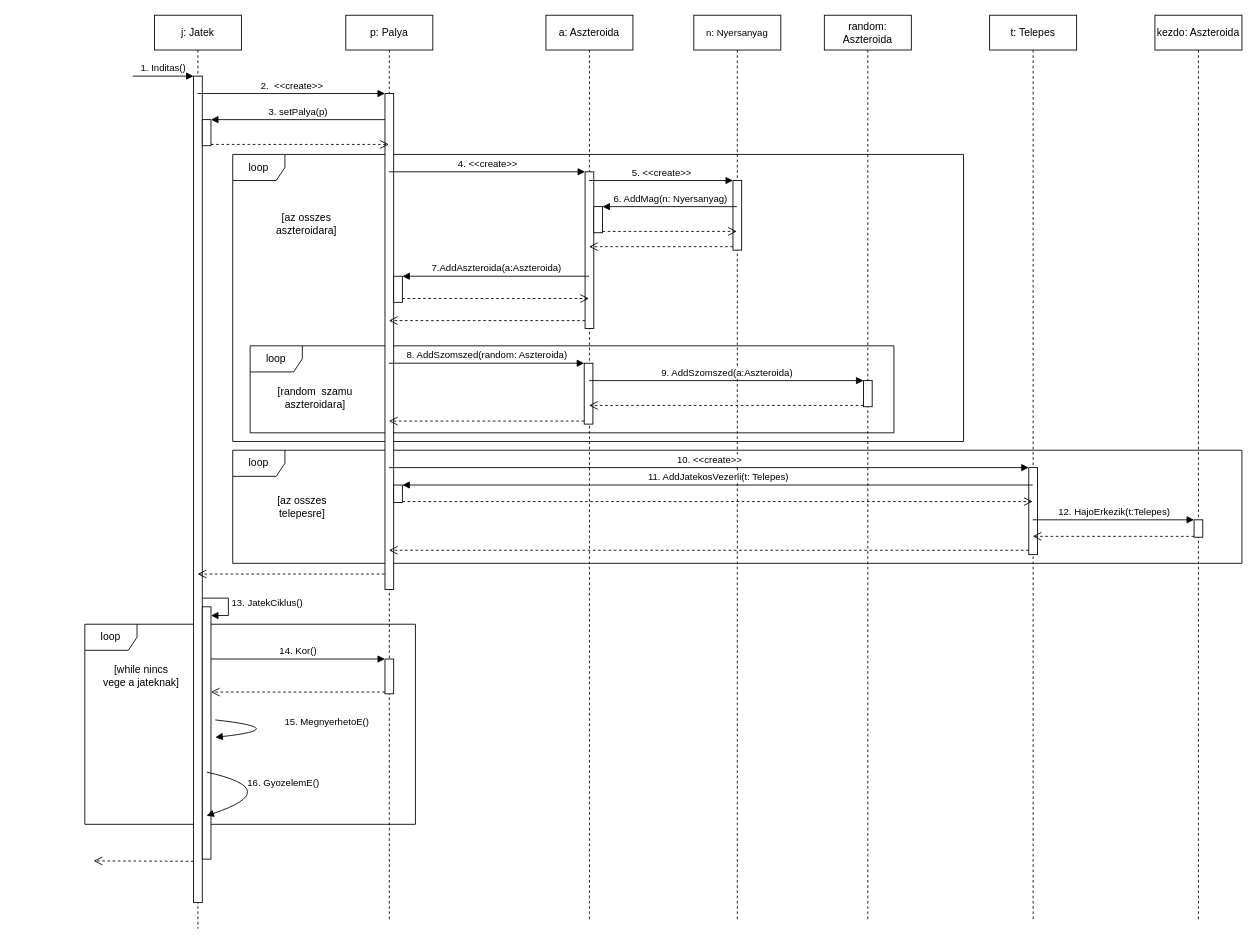
Before: page "Page-2" (3 of 3) of doc/uml/jatek_ciklus.drawio in torpeBoiGo/aszteroidabanyaszat, a draw.io diagram. Source tidied: cells renumbered, new cells numbered last; positions are measured from the earlier drawing's top-left corner, leaving out a move shared by most shapes. Both pictures are drawn from the tidied source at 87%, with x=0, y=0 at pixel (84, 15).
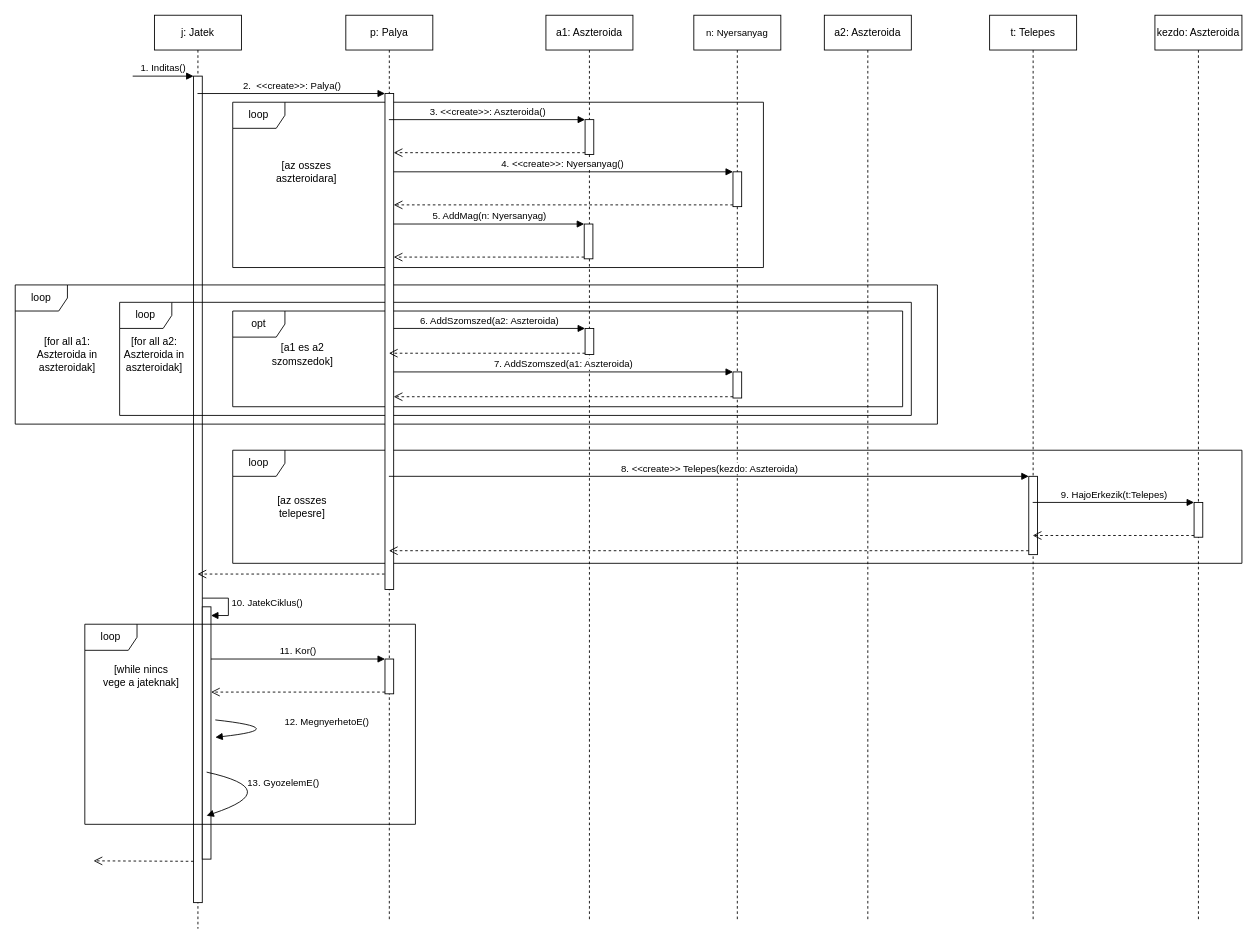
The same page after the edit.

Commit message:
Update jatek_ciklus.drawio: TDA javitasa, dupla loop szomszedsag allitasara, telepes parameteres konstruktor

The change refers to these unchanged cells:
```xml
<mxCell id="4" value="j: Jatek" style="shape=umlLifeline;perimeter=lifelinePerimeter;whiteSpace=wrap;html=1;outlineConnect=0;" parent="1" vertex="1">
  <mxGeometry x="80" width="100" height="1050" as="geometry" />
</mxCell>
<mxCell id="15" value="p: Palya" style="shape=umlLifeline;perimeter=lifelinePerimeter;whiteSpace=wrap;html=1;outlineConnect=0;" parent="1" vertex="1">
  <mxGeometry x="300" width="100" height="1040" as="geometry" />
</mxCell>
<mxCell id="16" style="html=1;points=[];perimeter=orthogonalPerimeter;" parent="15" vertex="1">
  <mxGeometry x="45" y="740" width="10" height="40" as="geometry" />
</mxCell>
<mxCell id="17" style="html=1;points=[];perimeter=orthogonalPerimeter;" parent="15" vertex="1">
  <mxGeometry x="45" y="90" width="10" height="570" as="geometry" />
</mxCell>
<mxCell id="35" value="&lt;span style=&quot;font-size: 11px ; background-color: rgb(255 , 255 , 255)&quot;&gt;n: Nyersanyag&lt;/span&gt;" style="shape=umlLifeline;perimeter=lifelinePerimeter;whiteSpace=wrap;html=1;outlineConnect=0;" parent="1" vertex="1">
  <mxGeometry x="700" width="100" height="1040" as="geometry" />
</mxCell>
<mxCell id="49" value="t: Telepes" style="shape=umlLifeline;perimeter=lifelinePerimeter;whiteSpace=wrap;html=1;outlineConnect=0;" parent="1" vertex="1">
  <mxGeometry x="1040" width="100" height="1040" as="geometry" />
</mxCell>
<mxCell id="55" value="kezdo: Aszteroida" style="shape=umlLifeline;perimeter=lifelinePerimeter;whiteSpace=wrap;html=1;" parent="1" vertex="1">
  <mxGeometry x="1230" width="100" height="1040" as="geometry" />
</mxCell>
```

The edit, as a diff of the source:
```diff
@@
-    <mxCell id="2" value="loop" style="shape=umlFrame;whiteSpace=wrap;html=1;" parent="1" vertex="1">
-      <mxGeometry x="170" y="160" width="840" height="330" as="geometry" />
-    </mxCell>
-    <mxCell id="3" value="loop" style="shape=umlFrame;whiteSpace=wrap;html=1;" parent="1" vertex="1">
-      <mxGeometry y="700" width="380" height="230" as="geometry" />
-    </mxCell>
@@
-    <mxCell id="9" value="13. JatekCiklus()" style="edgeStyle=orthogonalEdgeStyle;html=1;align=left;spacingLeft=2;endArrow=block;rounded=0;entryX=1;entryY=0;" parent="4" edge="1">
+    <mxCell id="9" value="10. JatekCiklus()" style="edgeStyle=orthogonalEdgeStyle;html=1;align=left;spacingLeft=2;endArrow=block;rounded=0;entryX=1;entryY=0;" parent="4" edge="1">
       <mxGeometry relative="1" as="geometry">
         <mxPoint x="55" y="670" as="sourcePoint" />
         <mxPoint x="65" y="690" as="targetPoint" />
         <Array as="points">
           <mxPoint x="85" y="670" />
           <mxPoint x="85" y="690" />
         </Array>
       </mxGeometry>
     </mxCell>
-    <mxCell id="10" style="html=1;points=[];perimeter=orthogonalPerimeter;" parent="4" vertex="1">
-      <mxGeometry x="55" y="120" width="10" height="30" as="geometry" />
-    </mxCell>
     <mxCell id="11" value="loop" style="shape=umlFrame;whiteSpace=wrap;html=1;" parent="4" vertex="1">
-      <mxGeometry x="110" y="380" width="740" height="100" as="geometry" />
+      <mxGeometry x="-160" y="310" width="1060" height="160" as="geometry" />
     </mxCell>
@@
-    <mxCell id="14" value="[random&amp;nbsp; szamu aszteroidara]" style="text;html=1;strokeColor=none;fillColor=none;align=center;verticalAlign=middle;whiteSpace=wrap;rounded=0;" parent="4" vertex="1">
-      <mxGeometry x="140" y="430" width="90" height="20" as="geometry" />
-    </mxCell>
+    <mxCell id="60" value="loop" style="shape=umlFrame;whiteSpace=wrap;html=1;" parent="4" vertex="1">
+      <mxGeometry x="-40" y="330" width="910" height="130" as="geometry" />
+    </mxCell>
+    <mxCell id="61" value="opt" style="shape=umlFrame;whiteSpace=wrap;html=1;" parent="4" vertex="1">
+      <mxGeometry x="90" y="340" width="770" height="110" as="geometry" />
+    </mxCell>
+    <mxCell id="62" value="[for all a2: Aszteroida in aszteroidak]" style="text;html=1;strokeColor=none;fillColor=none;align=center;verticalAlign=middle;whiteSpace=wrap;rounded=0;" parent="4" vertex="1">
+      <mxGeometry x="-40" y="380" width="80" height="20" as="geometry" />
+    </mxCell>
+    <mxCell id="63" value="[a1 es a2 szomszedok]" style="text;html=1;strokeColor=none;fillColor=none;align=center;verticalAlign=middle;whiteSpace=wrap;rounded=0;" parent="4" vertex="1">
+      <mxGeometry x="132.5" y="380" width="75" height="20" as="geometry" />
+    </mxCell>
+    <mxCell id="64" value="[for all a1: Aszteroida in aszteroidak]" style="text;html=1;strokeColor=none;fillColor=none;align=center;verticalAlign=middle;whiteSpace=wrap;rounded=0;" parent="4" vertex="1">
+      <mxGeometry x="-140" y="380" width="80" height="20" as="geometry" />
+    </mxCell>
+    <mxCell id="2" value="loop" style="shape=umlFrame;whiteSpace=wrap;html=1;" parent="1" vertex="1">
+      <mxGeometry x="170" y="100" width="610" height="190" as="geometry" />
+    </mxCell>
+    <mxCell id="3" value="loop" style="shape=umlFrame;whiteSpace=wrap;html=1;" parent="1" vertex="1">
+      <mxGeometry y="700" width="380" height="230" as="geometry" />
+    </mxCell>
@@
-    <mxCell id="18" style="html=1;points=[];perimeter=orthogonalPerimeter;" parent="15" vertex="1">
-      <mxGeometry x="55" y="300" width="10" height="30" as="geometry" />
-    </mxCell>
-    <mxCell id="19" style="html=1;points=[];perimeter=orthogonalPerimeter;" parent="15" vertex="1">
-      <mxGeometry x="55" y="540" width="10" height="20" as="geometry" />
-    </mxCell>
-    <mxCell id="20" value="14. Kor()" style="html=1;verticalAlign=bottom;endArrow=block;entryX=0;entryY=0;" parent="1" edge="1" target="16">
+    <mxCell id="20" value="11. Kor()" style="html=1;verticalAlign=bottom;endArrow=block;entryX=0;entryY=0;" parent="1" edge="1" target="16">
       <mxGeometry relative="1" as="geometry">
         <mxPoint x="145" y="740" as="sourcePoint" />
       </mxGeometry>
     </mxCell>
@@
-    <mxCell id="23" value="15. MegnyerhetoE()" style="html=1;verticalAlign=bottom;endArrow=block;curved=1;" parent="1" edge="1">
+    <mxCell id="23" value="12. MegnyerhetoE()" style="html=1;verticalAlign=bottom;endArrow=block;curved=1;" parent="1" edge="1">
       <mxGeometry y="40" relative="1" as="geometry">
         <mxPoint x="150" y="810" as="sourcePoint" />
         <mxPoint x="150" y="830" as="targetPoint" />
         <Array as="points">
           <mxPoint x="240" y="820" />
         </Array>
         <mxPoint x="34" y="-39" as="offset" />
       </mxGeometry>
     </mxCell>
-    <mxCell id="24" value="16. GyozelemE()" style="html=1;verticalAlign=bottom;endArrow=block;entryX=0.368;entryY=0.957;entryDx=0;entryDy=0;entryPerimeter=0;curved=1;" parent="1" edge="1" target="3">
+    <mxCell id="24" value="13. GyozelemE()" style="html=1;verticalAlign=bottom;endArrow=block;entryX=0.368;entryY=0.957;entryDx=0;entryDy=0;entryPerimeter=0;curved=1;" parent="1" edge="1" target="3">
       <mxGeometry relative="1" as="geometry">
         <mxPoint x="140" y="870" as="sourcePoint" />
         <Array as="points">
           <mxPoint x="230" y="890" />
         </Array>
       </mxGeometry>
     </mxCell>
-    <mxCell id="25" value="2.&amp;nbsp; &amp;lt;&amp;lt;create&amp;gt;&amp;gt;" style="html=1;verticalAlign=bottom;endArrow=block;entryX=0;entryY=0;" parent="1" edge="1" source="4" target="17">
+    <mxCell id="25" value="2.&amp;nbsp; &amp;lt;&amp;lt;create&amp;gt;&amp;gt;: Palya()" style="html=1;verticalAlign=bottom;endArrow=block;entryX=0;entryY=0;" parent="1" edge="1" source="4" target="17">
       <mxGeometry relative="1" as="geometry" />
     </mxCell>
@@
-    <mxCell id="27" value="3. setPalya(p)" style="html=1;verticalAlign=bottom;endArrow=block;entryX=1;entryY=0;" parent="1" edge="1" source="17" target="10">
-      <mxGeometry relative="1" as="geometry" />
-    </mxCell>
-    <mxCell id="28" style="html=1;verticalAlign=bottom;endArrow=open;dashed=1;endSize=8;exitX=1;exitY=0.95;" parent="1" edge="1" source="10" target="15">
-      <mxGeometry x="0.03" y="-31" relative="1" as="geometry">
-        <mxPoint y="1" as="offset" />
-      </mxGeometry>
-    </mxCell>
-    <mxCell id="29" value="a: Aszteroida" style="shape=umlLifeline;perimeter=lifelinePerimeter;whiteSpace=wrap;html=1;outlineConnect=0;" parent="1" vertex="1">
+    <mxCell id="29" value="a1: Aszteroida" style="shape=umlLifeline;perimeter=lifelinePerimeter;whiteSpace=wrap;html=1;outlineConnect=0;" parent="1" vertex="1">
       <mxGeometry x="530" width="100" height="1040" as="geometry" />
     </mxCell>
     <mxCell id="30" style="html=1;points=[];perimeter=orthogonalPerimeter;" parent="29" vertex="1">
-      <mxGeometry x="45" y="180" width="10" height="180" as="geometry" />
+      <mxGeometry x="45" y="120" width="10" height="40" as="geometry" />
     </mxCell>
-    <mxCell id="31" style="html=1;points=[];perimeter=orthogonalPerimeter;" parent="29" vertex="1">
-      <mxGeometry x="55" y="220" width="10" height="30" as="geometry" />
-    </mxCell>
-    <mxCell id="32" style="html=1;points=[];perimeter=orthogonalPerimeter;" parent="29" vertex="1">
-      <mxGeometry x="44" y="400" width="10" height="70" as="geometry" />
-    </mxCell>
+    <mxCell id="65" style="html=1;points=[];perimeter=orthogonalPerimeter;" parent="29" vertex="1">
+      <mxGeometry x="44" y="240" width="10" height="40" as="geometry" />
+    </mxCell>
+    <mxCell id="66" style="html=1;points=[];perimeter=orthogonalPerimeter;" parent="29" vertex="1">
+      <mxGeometry x="45" y="360" width="10" height="30" as="geometry" />
+    </mxCell>
-    <mxCell id="33" value="4. &amp;lt;&amp;lt;create&amp;gt;&amp;gt;" style="html=1;verticalAlign=bottom;endArrow=block;entryX=0;entryY=0;" parent="1" edge="1" source="15" target="30">
-      <mxGeometry relative="1" as="geometry" />
+    <mxCell id="33" value="3. &amp;lt;&amp;lt;create&amp;gt;&amp;gt;: Aszteroida()" style="html=1;verticalAlign=bottom;endArrow=block;entryX=0;entryY=0;" parent="1" edge="1" target="30">
+      <mxGeometry relative="1" as="geometry">
+        <mxPoint x="349.5" y="120" as="sourcePoint" />
+      </mxGeometry>
     </mxCell>
-    <mxCell id="34" style="html=1;verticalAlign=bottom;endArrow=open;dashed=1;endSize=8;exitX=0;exitY=0.95;" parent="1" edge="1" source="30" target="15">
-      <mxGeometry x="0.02" y="-60" relative="1" as="geometry" />
+    <mxCell id="34" style="html=1;verticalAlign=bottom;endArrow=open;dashed=1;endSize=8;exitX=0;exitY=0.95;" parent="1" edge="1" source="30">
+      <mxGeometry x="0.02" y="-60" relative="1" as="geometry">
+        <mxPoint x="355" y="158" as="targetPoint" />
+      </mxGeometry>
     </mxCell>
@@
     <mxCell id="36" style="html=1;points=[];perimeter=orthogonalPerimeter;" parent="35" vertex="1">
-      <mxGeometry x="45" y="190" width="10" height="80" as="geometry" />
+      <mxGeometry x="45" y="180" width="10" height="40" as="geometry" />
     </mxCell>
+    <mxCell id="67" style="html=1;points=[];perimeter=orthogonalPerimeter;" parent="35" vertex="1">
+      <mxGeometry x="45" y="410" width="10" height="30" as="geometry" />
+    </mxCell>
-    <mxCell id="37" value="5. &amp;lt;&amp;lt;create&amp;gt;&amp;gt;" style="html=1;verticalAlign=bottom;endArrow=block;entryX=0;entryY=0;" parent="1" edge="1" source="29" target="36">
-      <mxGeometry relative="1" as="geometry" />
+    <mxCell id="37" value="4. &amp;lt;&amp;lt;create&amp;gt;&amp;gt;: Nyersanyag()" style="html=1;verticalAlign=bottom;endArrow=block;entryX=0;entryY=0;" parent="1" edge="1" target="36">
+      <mxGeometry relative="1" as="geometry">
+        <mxPoint x="355" y="180" as="sourcePoint" />
+        <mxPoint x="-1" as="offset" />
+      </mxGeometry>
     </mxCell>
-    <mxCell id="38" style="html=1;verticalAlign=bottom;endArrow=open;dashed=1;endSize=8;exitX=0;exitY=0.95;" parent="1" edge="1" source="36" target="29">
-      <mxGeometry x="0.2" y="-176" relative="1" as="geometry" />
+    <mxCell id="38" style="html=1;verticalAlign=bottom;endArrow=open;dashed=1;endSize=8;exitX=0;exitY=0.95;" parent="1" edge="1" source="36">
+      <mxGeometry x="0.2" y="-176" relative="1" as="geometry">
+        <mxPoint x="355" y="218" as="targetPoint" />
+      </mxGeometry>
     </mxCell>
-    <mxCell id="39" style="html=1;verticalAlign=bottom;endArrow=open;dashed=1;endSize=8;exitX=1;exitY=0.95;" parent="1" edge="1" source="31" target="35">
-      <mxGeometry x="0.03" y="-91" relative="1" as="geometry">
-        <mxPoint y="1" as="offset" />
-      </mxGeometry>
-    </mxCell>
-    <mxCell id="40" value="6. AddMag(n: Nyersanyag)" style="html=1;verticalAlign=bottom;endArrow=block;entryX=1;entryY=0;" parent="1" edge="1" source="35" target="31">
-      <mxGeometry relative="1" as="geometry" />
-    </mxCell>
-    <mxCell id="41" value="7.AddAszteroida(a:Aszteroida)" style="html=1;verticalAlign=bottom;endArrow=block;entryX=1;entryY=0;" parent="1" edge="1" source="29" target="18">
-      <mxGeometry relative="1" as="geometry" />
-    </mxCell>
-    <mxCell id="42" value="8. AddSzomszed(random: Aszteroida)" style="html=1;verticalAlign=bottom;endArrow=block;entryX=0;entryY=0;" parent="1" edge="1" source="15" target="32">
-      <mxGeometry relative="1" as="geometry" />
-    </mxCell>
-    <mxCell id="43" style="html=1;verticalAlign=bottom;endArrow=open;dashed=1;endSize=8;exitX=0;exitY=0.95;" parent="1" edge="1" source="32" target="15">
-      <mxGeometry x="-0.2" y="23" relative="1" as="geometry" />
-    </mxCell>
-    <mxCell id="44" style="html=1;verticalAlign=bottom;endArrow=open;dashed=1;endSize=8;exitX=0.99;exitY=0.854;exitDx=0;exitDy=0;exitPerimeter=0;" parent="1" edge="1" source="18" target="29">
-      <mxGeometry x="1" y="-215" relative="1" as="geometry">
-        <mxPoint x="211" y="-171" as="offset" />
-      </mxGeometry>
-    </mxCell>
-    <mxCell id="45" value="random: Aszteroida" style="shape=umlLifeline;perimeter=lifelinePerimeter;whiteSpace=wrap;html=1;" parent="1" vertex="1">
+    <mxCell id="45" value="a2: Aszteroida" style="shape=umlLifeline;perimeter=lifelinePerimeter;whiteSpace=wrap;html=1;" parent="1" vertex="1">
       <mxGeometry x="850" width="100" height="1040" as="geometry" />
     </mxCell>
-    <mxCell id="46" style="html=1;points=[];perimeter=orthogonalPerimeter;" parent="45" vertex="1">
-      <mxGeometry x="45" y="420" width="10" height="30" as="geometry" />
-    </mxCell>
-    <mxCell id="47" value="9. AddSzomszed(a:Aszteroida)" style="html=1;verticalAlign=bottom;endArrow=block;entryX=0;entryY=0;" parent="1" edge="1" source="29" target="46">
-      <mxGeometry relative="1" as="geometry" />
-    </mxCell>
-    <mxCell id="48" style="html=1;verticalAlign=bottom;endArrow=open;dashed=1;endSize=8;exitX=0;exitY=0.95;" parent="1" edge="1" source="46" target="29">
-      <mxGeometry x="-1" y="189" relative="1" as="geometry">
-        <mxPoint x="125" y="-47" as="offset" />
-      </mxGeometry>
-    </mxCell>
@@
     <mxCell id="50" style="html=1;points=[];perimeter=orthogonalPerimeter;" parent="49" vertex="1">
-      <mxGeometry x="45" y="520" width="10" height="100" as="geometry" />
+      <mxGeometry x="45" y="530" width="10" height="90" as="geometry" />
     </mxCell>
-    <mxCell id="51" value="10. &amp;lt;&amp;lt;create&amp;gt;&amp;gt;" style="html=1;verticalAlign=bottom;endArrow=block;entryX=0;entryY=0;" parent="1" edge="1" source="15" target="50">
+    <mxCell id="51" value="8. &amp;lt;&amp;lt;create&amp;gt;&amp;gt; Telepes(kezdo: Aszteroida)" style="html=1;verticalAlign=bottom;endArrow=block;entryX=0;entryY=0;" parent="1" edge="1" source="15" target="50">
       <mxGeometry relative="1" as="geometry" />
     </mxCell>
@@
-    <mxCell id="53" value="11. AddJatekosVezerli(t: Telepes)" style="html=1;verticalAlign=bottom;endArrow=block;entryX=1;entryY=0;" parent="1" edge="1" source="49" target="19">
-      <mxGeometry relative="1" as="geometry" />
-    </mxCell>
-    <mxCell id="54" style="html=1;verticalAlign=bottom;endArrow=open;dashed=1;endSize=8;exitX=1;exitY=0.95;" parent="1" edge="1" source="19" target="49">
-      <mxGeometry x="-0.21" y="-221" relative="1" as="geometry">
-        <mxPoint x="1" as="offset" />
-      </mxGeometry>
-    </mxCell>
@@
     <mxCell id="56" style="html=1;points=[];perimeter=orthogonalPerimeter;" parent="55" vertex="1">
-      <mxGeometry x="45" y="580" width="10" height="20" as="geometry" />
+      <mxGeometry x="45" y="560" width="10" height="40" as="geometry" />
     </mxCell>
-    <mxCell id="57" value="12. HajoErkezik(t:Telepes)" style="html=1;verticalAlign=bottom;endArrow=block;entryX=0;entryY=0;" parent="1" edge="1" source="49" target="56">
+    <mxCell id="57" value="9. HajoErkezik(t:Telepes)" style="html=1;verticalAlign=bottom;endArrow=block;entryX=0;entryY=0;" parent="1" edge="1" source="49" target="56">
       <mxGeometry relative="1" as="geometry" />
     </mxCell>
@@
     <mxCell id="59" value="[az osszes aszteroidara]" style="text;html=1;strokeColor=none;fillColor=none;align=center;verticalAlign=middle;whiteSpace=wrap;rounded=0;" parent="1" vertex="1">
-      <mxGeometry x="220" y="230" width="70" height="20" as="geometry" />
+      <mxGeometry x="220" y="170" width="70" height="20" as="geometry" />
     </mxCell>
+    <mxCell id="68" value="5. AddMag(n: Nyersanyag)" style="html=1;verticalAlign=bottom;endArrow=block;entryX=0;entryY=0;" parent="1" edge="1" target="65">
+      <mxGeometry relative="1" as="geometry">
+        <mxPoint x="355" y="240" as="sourcePoint" />
+      </mxGeometry>
+    </mxCell>
+    <mxCell id="69" style="html=1;verticalAlign=bottom;endArrow=open;dashed=1;endSize=8;exitX=0;exitY=0.95;" parent="1" edge="1" source="65">
+      <mxGeometry x="0.13" y="-248" relative="1" as="geometry">
+        <mxPoint x="355" y="278" as="targetPoint" />
+      </mxGeometry>
+    </mxCell>
+    <mxCell id="70" value="6. AddSzomszed(a2: Aszteroida)" style="html=1;verticalAlign=bottom;endArrow=block;entryX=0;entryY=0;" parent="1" edge="1" source="17" target="66">
+      <mxGeometry relative="1" as="geometry" />
+    </mxCell>
+    <mxCell id="71" style="html=1;verticalAlign=bottom;endArrow=open;dashed=1;endSize=8;exitX=0;exitY=0.95;" parent="1" edge="1" source="66" target="15">
+      <mxGeometry x="1" y="-334" relative="1" as="geometry">
+        <mxPoint x="-299" y="185" as="offset" />
+      </mxGeometry>
+    </mxCell>
+    <mxCell id="72" value="7. AddSzomszed(a1: Aszteroida)" style="html=1;verticalAlign=bottom;endArrow=block;entryX=0;entryY=0;" parent="1" edge="1" source="17" target="67">
+      <mxGeometry relative="1" as="geometry" />
+    </mxCell>
+    <mxCell id="73" style="html=1;verticalAlign=bottom;endArrow=open;dashed=1;endSize=8;exitX=0;exitY=0.95;" parent="1" edge="1" source="67" target="17">
+      <mxGeometry x="1" y="-464" relative="1" as="geometry">
+        <mxPoint x="-415" y="255" as="offset" />
+      </mxGeometry>
+    </mxCell>
```
